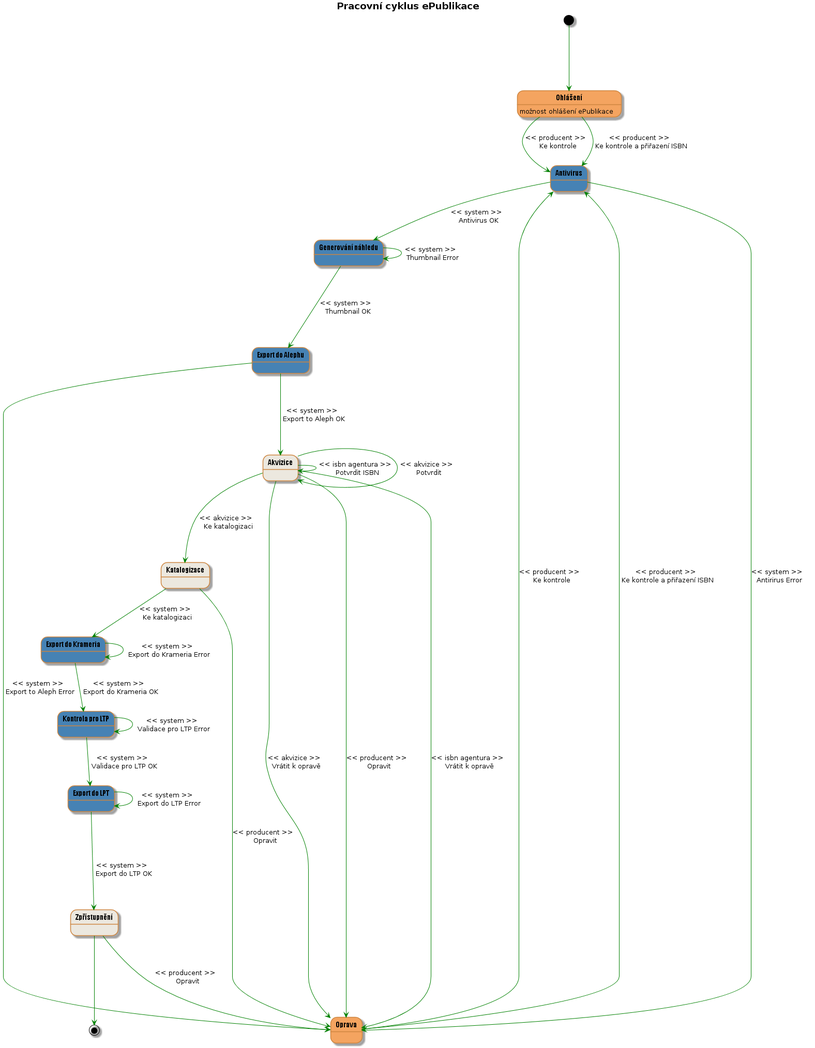
The PlantUML diagram docs/wf02.png in edeposit/edeposit.policy, before a commit.
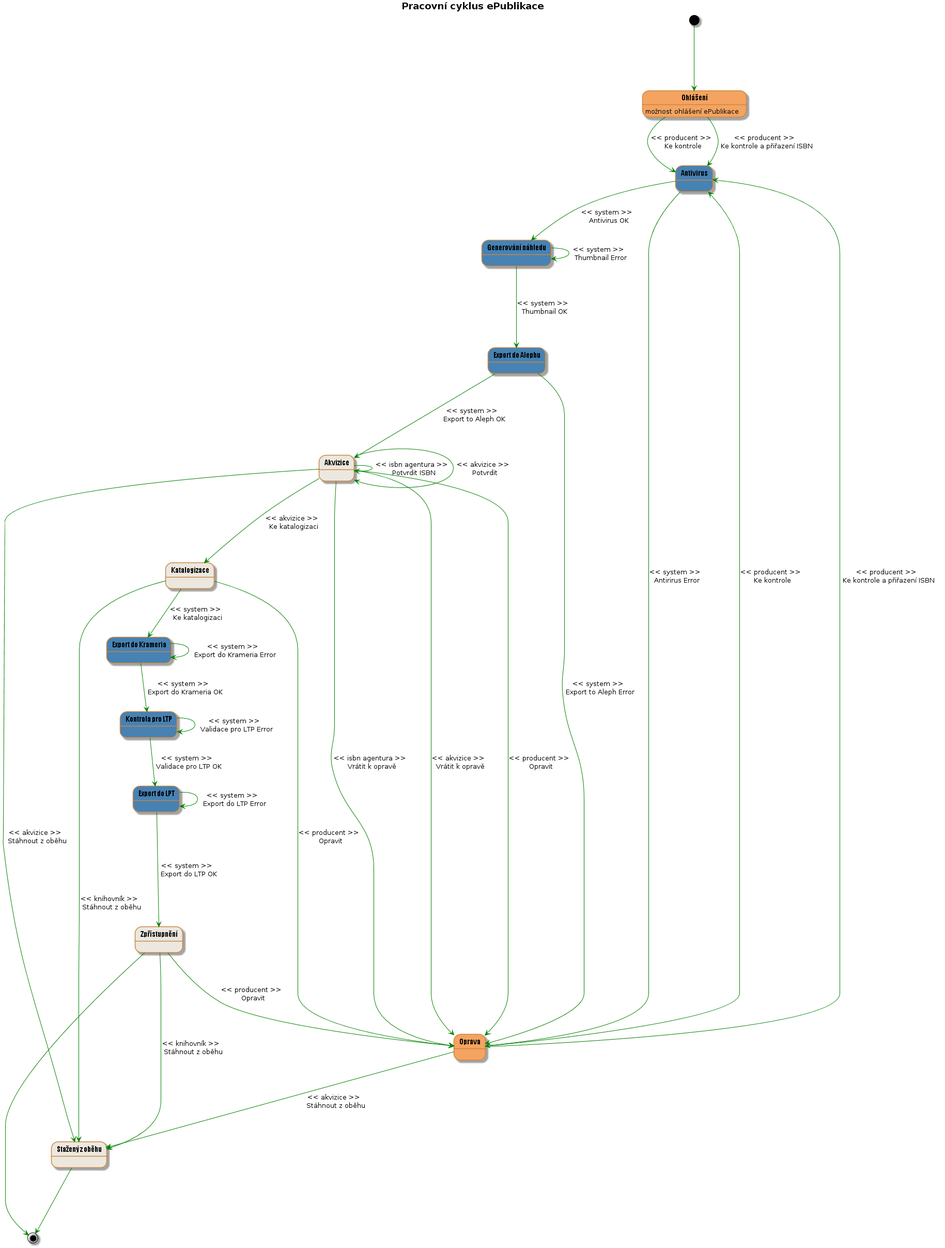
The same diagram one commit later.

Commit message:
added new state "Withdrawn".

The edit, as a diff of the source:
```diff
@@ -25,6 +25,7 @@
 state "Export do Krameria" as exportToKramerius #SteelBlue
 state "Export do LPT" as exportToLTP #SteelBlue
 state "Kontrola pro LTP" as validationForLTP #SteelBlue
+state "Sta?ený z ob?hu" as withdrawn #ECE8DF
 
 [*] ---> declaration
 
@@ -46,12 +47,15 @@
 acquisition ---> acquisition : << akvizice >> \n Potvrdit
 acquisition ---> declarationWithError : << producent >> \n Opravit
 acquisition ---> catalogization : << akvizice >> \n Ke katalogizaci
+acquisition ---> withdrawn : << akvizice >> \n Stáhnout z ob?hu
 
 declarationWithError ---> antivirus : << producent >> \n Ke kontrole
 declarationWithError ---> antivirus : << producent >> \n Ke kontrole a p?i?azení ISBN
+declarationWithError ---> withdrawn : << akvizice >> \n Stáhnout z ob?hu
 
 catalogization --> exportToKramerius : << system >> \n Ke katalogizaci
 catalogization --> declarationWithError : << producent >> \n Opravit
+catalogization ---> withdrawn : << knihovník >> \n Stáhnout z ob?hu
 
 exportToKramerius --> validationForLTP : << system >> \n Export do Krameria OK
 exportToKramerius --> exportToKramerius : << system >> \n Export do Krameria Error
@@ -63,5 +67,9 @@
 exportToLTP ---> exportToLTP : << system >> \n Export do LTP Error
 
 accessing ---> declarationWithError : << producent >> \n Opravit
+accessing ---> withdrawn : << knihovník >> \n Stáhnout z ob?hu
+
 accessing ---> [*]
+withdrawn ---> [*]
+
 @enduml
```
